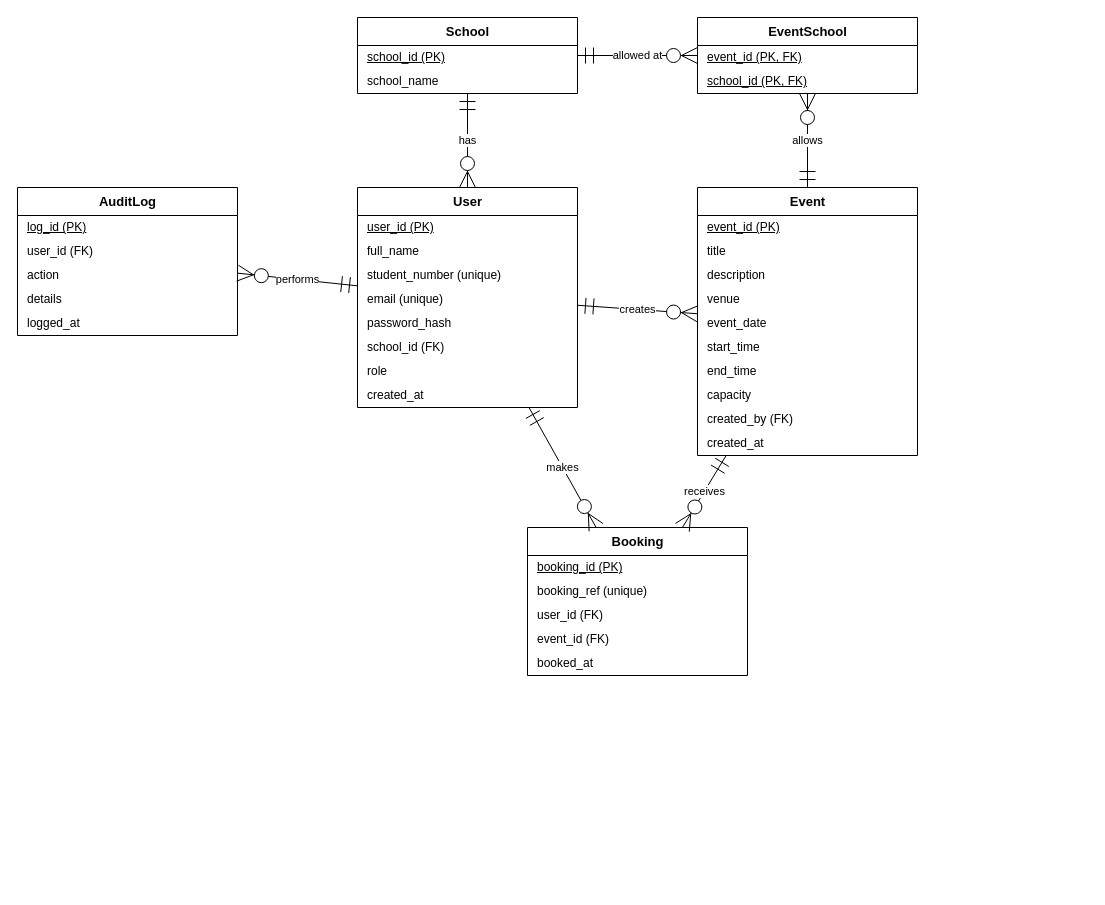
muthokaricky-alt/CampusSeat keeps this draw.io diagram as docs/diagrams/source/CampusSeat_ER.drawio. Above is the earlier version. Source tidied: cells renumbered, new cells numbered last; positions are measured from the earlier drawing's top-left corner, leaving out a move shared by most shapes. Both pictures are drawn from the tidied source at 100%, with x=0, y=0 at pixel (17, 17).
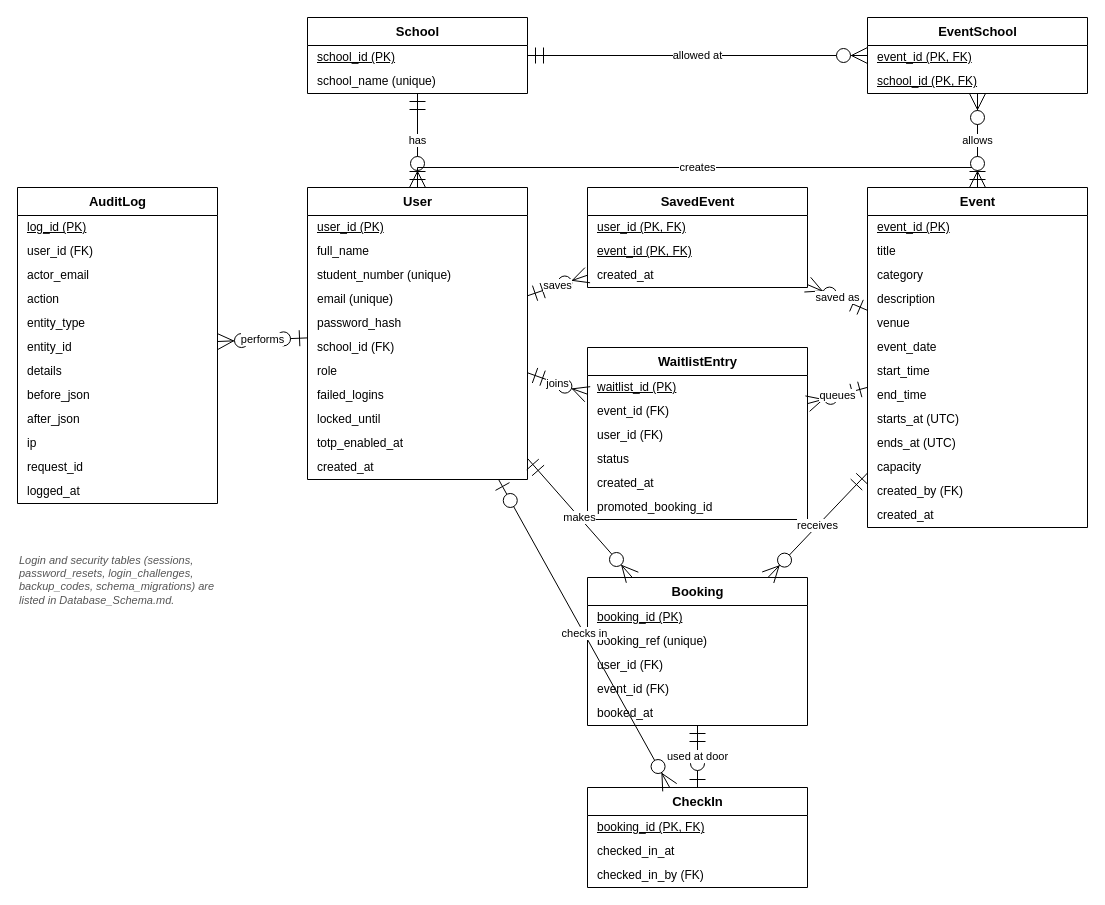
The same page after the edit.

Commit message (it also covers changes not shown here):
Diagram sources: check-in, categories, saved events, waitlist and self-service

- ER: adds CheckIn, SavedEvent, WaitlistEntry; Event gains category and UTC
  starts_at/ends_at; User and AuditLog show the security and audit columns;
  laid out so no relationship lines cross
- use case: cancel, waitlist, save event, edit my details, show ticket
  offline, check in attendee (include verify, extend scan QR / undo); new
  use cases shaded
- class: CheckInService; new attributes and operations on User, Admin,
  Booking, Event and AuditLog

The edit, as a diff of the source:
```diff
@@
     <mxCell id="2" value="School" style="swimlane;fontStyle=1;horizontal=1;startSize=28;html=1;fontSize=13;" parent="1" vertex="1">
-      <mxGeometry x="340" width="220" height="76" as="geometry" />
+      <mxGeometry x="290" width="220" height="76" as="geometry" />
     </mxCell>
@@
-    <mxCell id="4" value="school_name" style="text;html=1;align=left;verticalAlign=middle;spacingLeft=8;fontSize=12;strokeColor=none;fillColor=none;" parent="2" vertex="1">
-      <mxGeometry y="52" width="220" height="24" as="geometry" />
-    </mxCell>
+    <mxCell id="47" value="school_name (unique)" style="text;html=1;align=left;verticalAlign=middle;spacingLeft=8;fontSize=12;strokeColor=none;fillColor=none;" parent="2" vertex="1">
+      <mxGeometry y="52" width="220" height="24" as="geometry" />
+    </mxCell>
     <mxCell id="5" value="EventSchool" style="swimlane;fontStyle=1;horizontal=1;startSize=28;html=1;fontSize=13;" parent="1" vertex="1">
-      <mxGeometry x="680" width="220" height="76" as="geometry" />
+      <mxGeometry x="850" width="220" height="76" as="geometry" />
     </mxCell>
@@
     <mxCell id="8" value="User" style="swimlane;fontStyle=1;horizontal=1;startSize=28;html=1;fontSize=13;" parent="1" vertex="1">
-      <mxGeometry x="340" y="170" width="220" height="220" as="geometry" />
+      <mxGeometry x="290" y="170" width="220" height="292" as="geometry" />
     </mxCell>
@@
-    <mxCell id="16" value="created_at" style="text;html=1;align=left;verticalAlign=middle;spacingLeft=8;fontSize=12;strokeColor=none;fillColor=none;" parent="8" vertex="1">
-      <mxGeometry y="196" width="220" height="24" as="geometry" />
-    </mxCell>
+    <mxCell id="48" value="failed_logins" style="text;html=1;align=left;verticalAlign=middle;spacingLeft=8;fontSize=12;strokeColor=none;fillColor=none;" parent="8" vertex="1">
+      <mxGeometry y="196" width="220" height="24" as="geometry" />
+    </mxCell>
+    <mxCell id="49" value="locked_until" style="text;html=1;align=left;verticalAlign=middle;spacingLeft=8;fontSize=12;strokeColor=none;fillColor=none;" parent="8" vertex="1">
+      <mxGeometry y="220" width="220" height="24" as="geometry" />
+    </mxCell>
+    <mxCell id="50" value="totp_enabled_at" style="text;html=1;align=left;verticalAlign=middle;spacingLeft=8;fontSize=12;strokeColor=none;fillColor=none;" parent="8" vertex="1">
+      <mxGeometry y="244" width="220" height="24" as="geometry" />
+    </mxCell>
+    <mxCell id="51" value="created_at" style="text;html=1;align=left;verticalAlign=middle;spacingLeft=8;fontSize=12;strokeColor=none;fillColor=none;" parent="8" vertex="1">
+      <mxGeometry y="268" width="220" height="24" as="geometry" />
+    </mxCell>
     <mxCell id="17" value="Event" style="swimlane;fontStyle=1;horizontal=1;startSize=28;html=1;fontSize=13;" parent="1" vertex="1">
-      <mxGeometry x="680" y="170" width="220" height="268" as="geometry" />
+      <mxGeometry x="850" y="170" width="220" height="340" as="geometry" />
     </mxCell>
@@
+    <mxCell id="52" value="category" style="text;html=1;align=left;verticalAlign=middle;spacingLeft=8;fontSize=12;strokeColor=none;fillColor=none;" parent="17" vertex="1">
+      <mxGeometry y="76" width="220" height="24" as="geometry" />
+    </mxCell>
     <mxCell id="20" value="description" style="text;html=1;align=left;verticalAlign=middle;spacingLeft=8;fontSize=12;strokeColor=none;fillColor=none;" parent="17" vertex="1">
-      <mxGeometry y="76" width="220" height="24" as="geometry" />
+      <mxGeometry y="100" width="220" height="24" as="geometry" />
     </mxCell>
     <mxCell id="21" value="venue" style="text;html=1;align=left;verticalAlign=middle;spacingLeft=8;fontSize=12;strokeColor=none;fillColor=none;" parent="17" vertex="1">
-      <mxGeometry y="100" width="220" height="24" as="geometry" />
+      <mxGeometry y="124" width="220" height="24" as="geometry" />
     </mxCell>
     <mxCell id="22" value="event_date" style="text;html=1;align=left;verticalAlign=middle;spacingLeft=8;fontSize=12;strokeColor=none;fillColor=none;" parent="17" vertex="1">
-      <mxGeometry y="124" width="220" height="24" as="geometry" />
+      <mxGeometry y="148" width="220" height="24" as="geometry" />
     </mxCell>
     <mxCell id="23" value="start_time" style="text;html=1;align=left;verticalAlign=middle;spacingLeft=8;fontSize=12;strokeColor=none;fillColor=none;" parent="17" vertex="1">
-      <mxGeometry y="148" width="220" height="24" as="geometry" />
+      <mxGeometry y="172" width="220" height="24" as="geometry" />
     </mxCell>
     <mxCell id="24" value="end_time" style="text;html=1;align=left;verticalAlign=middle;spacingLeft=8;fontSize=12;strokeColor=none;fillColor=none;" parent="17" vertex="1">
-      <mxGeometry y="172" width="220" height="24" as="geometry" />
+      <mxGeometry y="196" width="220" height="24" as="geometry" />
     </mxCell>
+    <mxCell id="53" value="starts_at (UTC)" style="text;html=1;align=left;verticalAlign=middle;spacingLeft=8;fontSize=12;strokeColor=none;fillColor=none;" parent="17" vertex="1">
+      <mxGeometry y="220" width="220" height="24" as="geometry" />
+    </mxCell>
+    <mxCell id="54" value="ends_at (UTC)" style="text;html=1;align=left;verticalAlign=middle;spacingLeft=8;fontSize=12;strokeColor=none;fillColor=none;" parent="17" vertex="1">
+      <mxGeometry y="244" width="220" height="24" as="geometry" />
+    </mxCell>
     <mxCell id="25" value="capacity" style="text;html=1;align=left;verticalAlign=middle;spacingLeft=8;fontSize=12;strokeColor=none;fillColor=none;" parent="17" vertex="1">
-      <mxGeometry y="196" width="220" height="24" as="geometry" />
+      <mxGeometry y="268" width="220" height="24" as="geometry" />
     </mxCell>
     <mxCell id="26" value="created_by (FK)" style="text;html=1;align=left;verticalAlign=middle;spacingLeft=8;fontSize=12;strokeColor=none;fillColor=none;" parent="17" vertex="1">
-      <mxGeometry y="220" width="220" height="24" as="geometry" />
+      <mxGeometry y="292" width="220" height="24" as="geometry" />
     </mxCell>
-    <mxCell id="27" value="created_at" style="text;html=1;align=left;verticalAlign=middle;spacingLeft=8;fontSize=12;strokeColor=none;fillColor=none;" parent="17" vertex="1">
-      <mxGeometry y="244" width="220" height="24" as="geometry" />
-    </mxCell>
+    <mxCell id="55" value="created_at" style="text;html=1;align=left;verticalAlign=middle;spacingLeft=8;fontSize=12;strokeColor=none;fillColor=none;" parent="17" vertex="1">
+      <mxGeometry y="316" width="220" height="24" as="geometry" />
+    </mxCell>
     <mxCell id="28" value="AuditLog" style="swimlane;fontStyle=1;horizontal=1;startSize=28;html=1;fontSize=13;" parent="1" vertex="1">
-      <mxGeometry y="170" width="220" height="148" as="geometry" />
+      <mxGeometry y="170" width="200" height="316" as="geometry" />
     </mxCell>
     <mxCell id="29" value="log_id (PK)" style="text;html=1;align=left;verticalAlign=middle;spacingLeft=8;fontSize=12;strokeColor=none;fillColor=none;fontStyle=4;" parent="28" vertex="1">
-      <mxGeometry y="28" width="220" height="24" as="geometry" />
+      <mxGeometry y="28" width="200" height="24" as="geometry" />
     </mxCell>
-    <mxCell id="30" value="user_id (FK)" style="text;html=1;align=left;verticalAlign=middle;spacingLeft=8;fontSize=12;strokeColor=none;fillColor=none;" parent="28" vertex="1">
-      <mxGeometry y="52" width="220" height="24" as="geometry" />
-    </mxCell>
+    <mxCell id="56" value="user_id (FK)" style="text;html=1;align=left;verticalAlign=middle;spacingLeft=8;fontSize=12;strokeColor=none;fillColor=none;" parent="28" vertex="1">
+      <mxGeometry y="52" width="200" height="24" as="geometry" />
+    </mxCell>
+    <mxCell id="57" value="actor_email" style="text;html=1;align=left;verticalAlign=middle;spacingLeft=8;fontSize=12;strokeColor=none;fillColor=none;" parent="28" vertex="1">
+      <mxGeometry y="76" width="200" height="24" as="geometry" />
+    </mxCell>
     <mxCell id="31" value="action" style="text;html=1;align=left;verticalAlign=middle;spacingLeft=8;fontSize=12;strokeColor=none;fillColor=none;" parent="28" vertex="1">
-      <mxGeometry y="76" width="220" height="24" as="geometry" />
+      <mxGeometry y="100" width="200" height="24" as="geometry" />
     </mxCell>
+    <mxCell id="58" value="entity_type" style="text;html=1;align=left;verticalAlign=middle;spacingLeft=8;fontSize=12;strokeColor=none;fillColor=none;" parent="28" vertex="1">
+      <mxGeometry y="124" width="200" height="24" as="geometry" />
+    </mxCell>
+    <mxCell id="59" value="entity_id" style="text;html=1;align=left;verticalAlign=middle;spacingLeft=8;fontSize=12;strokeColor=none;fillColor=none;" parent="28" vertex="1">
+      <mxGeometry y="148" width="200" height="24" as="geometry" />
+    </mxCell>
     <mxCell id="32" value="details" style="text;html=1;align=left;verticalAlign=middle;spacingLeft=8;fontSize=12;strokeColor=none;fillColor=none;" parent="28" vertex="1">
-      <mxGeometry y="100" width="220" height="24" as="geometry" />
+      <mxGeometry y="172" width="200" height="24" as="geometry" />
     </mxCell>
+    <mxCell id="60" value="before_json" style="text;html=1;align=left;verticalAlign=middle;spacingLeft=8;fontSize=12;strokeColor=none;fillColor=none;" parent="28" vertex="1">
+      <mxGeometry y="196" width="200" height="24" as="geometry" />
+    </mxCell>
+    <mxCell id="61" value="after_json" style="text;html=1;align=left;verticalAlign=middle;spacingLeft=8;fontSize=12;strokeColor=none;fillColor=none;" parent="28" vertex="1">
+      <mxGeometry y="220" width="200" height="24" as="geometry" />
+    </mxCell>
+    <mxCell id="62" value="ip" style="text;html=1;align=left;verticalAlign=middle;spacingLeft=8;fontSize=12;strokeColor=none;fillColor=none;" parent="28" vertex="1">
+      <mxGeometry y="244" width="200" height="24" as="geometry" />
+    </mxCell>
+    <mxCell id="63" value="request_id" style="text;html=1;align=left;verticalAlign=middle;spacingLeft=8;fontSize=12;strokeColor=none;fillColor=none;" parent="28" vertex="1">
+      <mxGeometry y="268" width="200" height="24" as="geometry" />
+    </mxCell>
     <mxCell id="33" value="logged_at" style="text;html=1;align=left;verticalAlign=middle;spacingLeft=8;fontSize=12;strokeColor=none;fillColor=none;" parent="28" vertex="1">
-      <mxGeometry y="124" width="220" height="24" as="geometry" />
+      <mxGeometry y="292" width="200" height="24" as="geometry" />
     </mxCell>
+    <mxCell id="64" value="SavedEvent" style="swimlane;fontStyle=1;horizontal=1;startSize=28;html=1;fontSize=13;" parent="1" vertex="1">
+      <mxGeometry x="570" y="170" width="220" height="100" as="geometry" />
+    </mxCell>
+    <mxCell id="65" value="user_id (PK, FK)" style="text;html=1;align=left;verticalAlign=middle;spacingLeft=8;fontSize=12;strokeColor=none;fillColor=none;fontStyle=4;" parent="64" vertex="1">
+      <mxGeometry y="28" width="220" height="24" as="geometry" />
+    </mxCell>
+    <mxCell id="66" value="event_id (PK, FK)" style="text;html=1;align=left;verticalAlign=middle;spacingLeft=8;fontSize=12;strokeColor=none;fillColor=none;fontStyle=4;" parent="64" vertex="1">
+      <mxGeometry y="52" width="220" height="24" as="geometry" />
+    </mxCell>
+    <mxCell id="67" value="created_at" style="text;html=1;align=left;verticalAlign=middle;spacingLeft=8;fontSize=12;strokeColor=none;fillColor=none;" parent="64" vertex="1">
+      <mxGeometry y="76" width="220" height="24" as="geometry" />
+    </mxCell>
+    <mxCell id="68" value="WaitlistEntry" style="swimlane;fontStyle=1;horizontal=1;startSize=28;html=1;fontSize=13;" parent="1" vertex="1">
+      <mxGeometry x="570" y="330" width="220" height="172" as="geometry" />
+    </mxCell>
+    <mxCell id="69" value="waitlist_id (PK)" style="text;html=1;align=left;verticalAlign=middle;spacingLeft=8;fontSize=12;strokeColor=none;fillColor=none;fontStyle=4;" parent="68" vertex="1">
+      <mxGeometry y="28" width="220" height="24" as="geometry" />
+    </mxCell>
+    <mxCell id="70" value="event_id (FK)" style="text;html=1;align=left;verticalAlign=middle;spacingLeft=8;fontSize=12;strokeColor=none;fillColor=none;" parent="68" vertex="1">
+      <mxGeometry y="52" width="220" height="24" as="geometry" />
+    </mxCell>
+    <mxCell id="71" value="user_id (FK)" style="text;html=1;align=left;verticalAlign=middle;spacingLeft=8;fontSize=12;strokeColor=none;fillColor=none;" parent="68" vertex="1">
+      <mxGeometry y="76" width="220" height="24" as="geometry" />
+    </mxCell>
+    <mxCell id="72" value="status" style="text;html=1;align=left;verticalAlign=middle;spacingLeft=8;fontSize=12;strokeColor=none;fillColor=none;" parent="68" vertex="1">
+      <mxGeometry y="100" width="220" height="24" as="geometry" />
+    </mxCell>
+    <mxCell id="73" value="created_at" style="text;html=1;align=left;verticalAlign=middle;spacingLeft=8;fontSize=12;strokeColor=none;fillColor=none;" parent="68" vertex="1">
+      <mxGeometry y="124" width="220" height="24" as="geometry" />
+    </mxCell>
+    <mxCell id="74" value="promoted_booking_id" style="text;html=1;align=left;verticalAlign=middle;spacingLeft=8;fontSize=12;strokeColor=none;fillColor=none;" parent="68" vertex="1">
+      <mxGeometry y="148" width="220" height="24" as="geometry" />
+    </mxCell>
     <mxCell id="34" value="Booking" style="swimlane;fontStyle=1;horizontal=1;startSize=28;html=1;fontSize=13;" parent="1" vertex="1">
-      <mxGeometry x="510" y="510" width="220" height="148" as="geometry" />
+      <mxGeometry x="570" y="560" width="220" height="148" as="geometry" />
     </mxCell>
@@
-    <mxCell id="37" value="user_id (FK)" style="text;html=1;align=left;verticalAlign=middle;spacingLeft=8;fontSize=12;strokeColor=none;fillColor=none;" parent="34" vertex="1">
-      <mxGeometry y="76" width="220" height="24" as="geometry" />
-    </mxCell>
+    <mxCell id="75" value="user_id (FK)" style="text;html=1;align=left;verticalAlign=middle;spacingLeft=8;fontSize=12;strokeColor=none;fillColor=none;" parent="34" vertex="1">
+      <mxGeometry y="76" width="220" height="24" as="geometry" />
+    </mxCell>
@@
+    <mxCell id="76" value="CheckIn" style="swimlane;fontStyle=1;horizontal=1;startSize=28;html=1;fontSize=13;" parent="1" vertex="1">
+      <mxGeometry x="570" y="770" width="220" height="100" as="geometry" />
+    </mxCell>
+    <mxCell id="77" value="booking_id (PK, FK)" style="text;html=1;align=left;verticalAlign=middle;spacingLeft=8;fontSize=12;strokeColor=none;fillColor=none;fontStyle=4;" parent="76" vertex="1">
+      <mxGeometry y="28" width="220" height="24" as="geometry" />
+    </mxCell>
+    <mxCell id="78" value="checked_in_at" style="text;html=1;align=left;verticalAlign=middle;spacingLeft=8;fontSize=12;strokeColor=none;fillColor=none;" parent="76" vertex="1">
+      <mxGeometry y="52" width="220" height="24" as="geometry" />
+    </mxCell>
+    <mxCell id="79" value="checked_in_by (FK)" style="text;html=1;align=left;verticalAlign=middle;spacingLeft=8;fontSize=12;strokeColor=none;fillColor=none;" parent="76" vertex="1">
+      <mxGeometry y="76" width="220" height="24" as="geometry" />
+    </mxCell>
@@
+    <mxCell id="45" value="allowed at" style="html=1;rounded=0;startArrow=ERmandOne;endArrow=ERzeroToMany;startSize=14;endSize=14;fontSize=11;labelBackgroundColor=default;" parent="1" edge="1" source="2" target="5">
+      <mxGeometry relative="1" as="geometry" />
+    </mxCell>
+    <mxCell id="44" value="allows" style="html=1;rounded=0;startArrow=ERmandOne;endArrow=ERzeroToMany;startSize=14;endSize=14;fontSize=11;labelBackgroundColor=default;" parent="1" edge="1" source="17" target="5">
+      <mxGeometry relative="1" as="geometry" />
+    </mxCell>
+    <mxCell id="46" value="performs" style="html=1;rounded=0;startArrow=ERzeroToOne;endArrow=ERzeroToMany;startSize=14;endSize=14;fontSize=11;labelBackgroundColor=default;" parent="1" edge="1" source="8" target="28">
+      <mxGeometry relative="1" as="geometry" />
+    </mxCell>
+    <mxCell id="80" value="saves" style="html=1;rounded=0;startArrow=ERmandOne;endArrow=ERzeroToMany;startSize=14;endSize=14;fontSize=11;labelBackgroundColor=default;" parent="1" edge="1" source="8" target="64">
+      <mxGeometry relative="1" as="geometry" />
+    </mxCell>
+    <mxCell id="81" value="saved as" style="html=1;rounded=0;startArrow=ERmandOne;endArrow=ERzeroToMany;startSize=14;endSize=14;fontSize=11;labelBackgroundColor=default;" parent="1" edge="1" source="17" target="64">
+      <mxGeometry relative="1" as="geometry" />
+    </mxCell>
+    <mxCell id="82" value="joins" style="html=1;rounded=0;startArrow=ERmandOne;endArrow=ERzeroToMany;startSize=14;endSize=14;fontSize=11;labelBackgroundColor=default;" parent="1" edge="1" source="8" target="68">
+      <mxGeometry relative="1" as="geometry" />
+    </mxCell>
+    <mxCell id="83" value="queues" style="html=1;rounded=0;startArrow=ERmandOne;endArrow=ERzeroToMany;startSize=14;endSize=14;fontSize=11;labelBackgroundColor=default;" parent="1" edge="1" source="17" target="68">
+      <mxGeometry relative="1" as="geometry" />
+    </mxCell>
@@
+    <mxCell id="84" value="used at door" style="html=1;rounded=0;startArrow=ERmandOne;endArrow=ERzeroToOne;startSize=14;endSize=14;fontSize=11;labelBackgroundColor=default;" parent="1" edge="1" source="34" target="76">
+      <mxGeometry relative="1" as="geometry" />
+    </mxCell>
+    <mxCell id="85" value="checks in" style="html=1;rounded=0;startArrow=ERzeroToOne;endArrow=ERzeroToMany;startSize=14;endSize=14;fontSize=11;labelBackgroundColor=default;" parent="1" edge="1" source="8" target="76">
+      <mxGeometry relative="1" as="geometry" />
+    </mxCell>
-    <mxCell id="43" value="creates" style="html=1;rounded=0;startArrow=ERmandOne;endArrow=ERzeroToMany;startSize=14;endSize=14;fontSize=11;labelBackgroundColor=default;" parent="1" edge="1" source="8" target="17">
-      <mxGeometry relative="1" as="geometry" />
+    <mxCell id="43" value="creates" style="html=1;rounded=0;startArrow=ERmandOne;endArrow=ERzeroToMany;startSize=14;endSize=14;fontSize=11;labelBackgroundColor=default;edgeStyle=orthogonalEdgeStyle;" parent="1" edge="1" source="8" target="17">
+      <mxGeometry relative="1" as="geometry">
+        <Array as="points">
+          <mxPoint x="400" y="150" />
+          <mxPoint x="960" y="150" />
+        </Array>
+      </mxGeometry>
     </mxCell>
-    <mxCell id="44" value="allows" style="html=1;rounded=0;startArrow=ERmandOne;endArrow=ERzeroToMany;startSize=14;endSize=14;fontSize=11;labelBackgroundColor=default;" parent="1" edge="1" source="17" target="5">
-      <mxGeometry relative="1" as="geometry" />
-    </mxCell>
-    <mxCell id="45" value="allowed at" style="html=1;rounded=0;startArrow=ERmandOne;endArrow=ERzeroToMany;startSize=14;endSize=14;fontSize=11;labelBackgroundColor=default;" parent="1" edge="1" source="2" target="5">
-      <mxGeometry relative="1" as="geometry" />
-    </mxCell>
-    <mxCell id="46" value="performs" style="html=1;rounded=0;startArrow=ERmandOne;endArrow=ERzeroToMany;startSize=14;endSize=14;fontSize=11;labelBackgroundColor=default;" parent="1" edge="1" source="8" target="28">
-      <mxGeometry relative="1" as="geometry" />
-    </mxCell>
+    <mxCell id="86" value="Login and security tables (sessions, password_resets, login_challenges, backup_codes, schema_migrations) are listed in Database_Schema.md." style="text;html=1;whiteSpace=wrap;align=left;verticalAlign=top;fontSize=11;fontStyle=2;fontColor=#555555;" parent="1" vertex="1">
+      <mxGeometry y="530" width="200" height="80" as="geometry" />
+    </mxCell>
```
